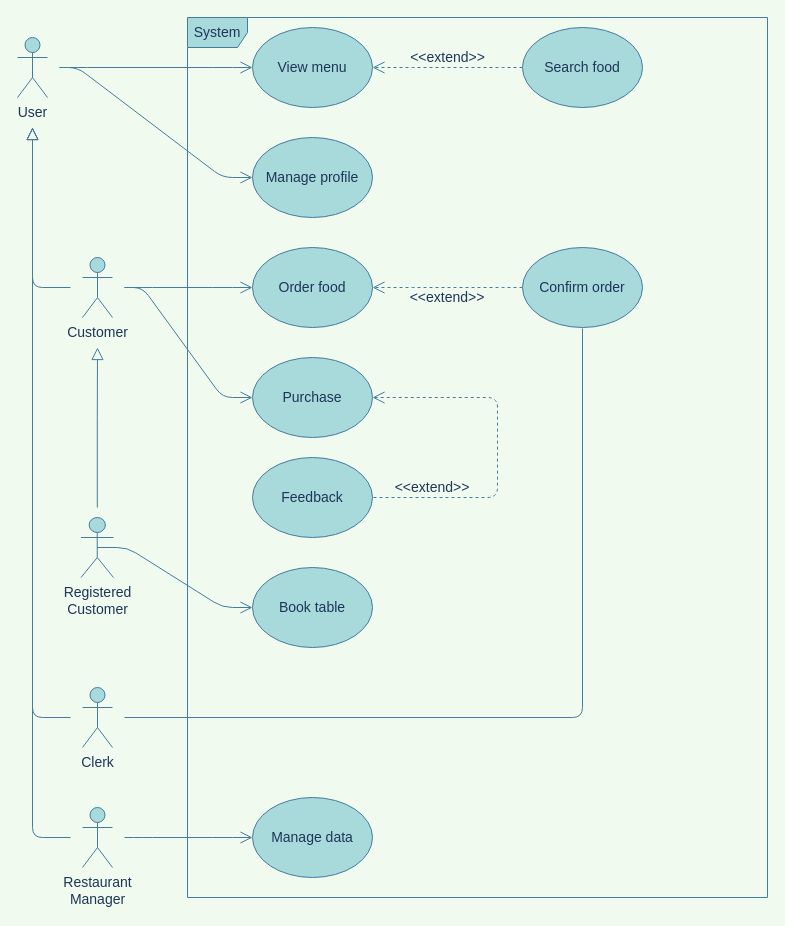
Earlier version of the draw.io diagram requirements/use cases/system.drawio (thanhtoan1742/OWCA_POS). Source tidied: cells renumbered, new cells numbered last; positions are measured from the earlier drawing's top-left corner, leaving out a move shared by most shapes. Both pictures are drawn from the tidied source at 100%, with x=0, y=0 at pixel (17, 17).
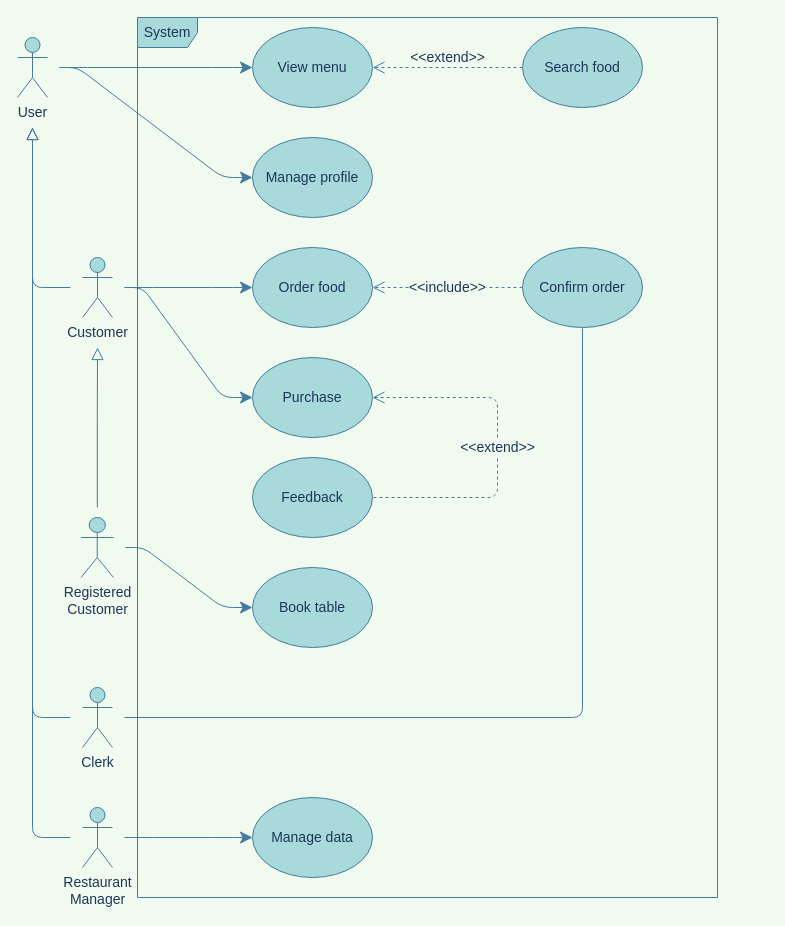
The same page after the edit.

The change refers to these unchanged cells:
```xml
<mxCell id="3" value="View menu" style="ellipse;whiteSpace=wrap;html=1;fontSize=14;fillColor=#A8DADC;strokeColor=#457B9D;fontColor=#1D3557;" parent="1" vertex="1">
  <mxGeometry x="235" y="10" width="120" height="80" as="geometry" />
</mxCell>
<mxCell id="8" value="User" style="shape=umlActor;verticalLabelPosition=bottom;verticalAlign=top;html=1;rounded=0;sketch=0;fontColor=#1D3557;strokeColor=#457B9D;fillColor=#A8DADC;fontSize=14;" parent="1" vertex="1">
  <mxGeometry y="20" width="30" height="60" as="geometry" />
</mxCell>
<mxCell id="9" value="Manage profile" style="ellipse;whiteSpace=wrap;html=1;fontSize=14;fillColor=#A8DADC;strokeColor=#457B9D;fontColor=#1D3557;" parent="1" vertex="1">
  <mxGeometry x="235" y="120" width="120" height="80" as="geometry" />
</mxCell>
<mxCell id="10" value="Order food" style="ellipse;whiteSpace=wrap;html=1;fontSize=14;fillColor=#A8DADC;strokeColor=#457B9D;fontColor=#1D3557;" parent="1" vertex="1">
  <mxGeometry x="235" y="230" width="120" height="80" as="geometry" />
</mxCell>
<mxCell id="11" value="Book table" style="ellipse;whiteSpace=wrap;html=1;fontSize=14;fillColor=#A8DADC;strokeColor=#457B9D;fontColor=#1D3557;" parent="1" vertex="1">
  <mxGeometry x="235" y="550" width="120" height="80" as="geometry" />
</mxCell>
<mxCell id="12" value="Purchase" style="ellipse;whiteSpace=wrap;html=1;fontSize=14;fillColor=#A8DADC;strokeColor=#457B9D;fontColor=#1D3557;" parent="1" vertex="1">
  <mxGeometry x="235" y="340" width="120" height="80" as="geometry" />
</mxCell>
<mxCell id="13" value="Feedback" style="ellipse;whiteSpace=wrap;html=1;fontSize=14;fillColor=#A8DADC;strokeColor=#457B9D;fontColor=#1D3557;" parent="1" vertex="1">
  <mxGeometry x="235" y="440" width="120" height="80" as="geometry" />
</mxCell>
<mxCell id="15" value="Confirm order" style="ellipse;whiteSpace=wrap;html=1;fontSize=14;fillColor=#A8DADC;strokeColor=#457B9D;fontColor=#1D3557;" parent="1" vertex="1">
  <mxGeometry x="505" y="230" width="120" height="80" as="geometry" />
</mxCell>
<mxCell id="16" value="Manage data" style="ellipse;whiteSpace=wrap;html=1;fontSize=14;fillColor=#A8DADC;strokeColor=#457B9D;fontColor=#1D3557;" parent="1" vertex="1">
  <mxGeometry x="235" y="780" width="120" height="80" as="geometry" />
</mxCell>
<mxCell id="23" value="Customer" style="shape=umlActor;verticalLabelPosition=bottom;verticalAlign=top;html=1;fillColor=#A8DADC;strokeColor=#457B9D;fontColor=#1D3557;fontSize=14;" parent="1" vertex="1">
  <mxGeometry x="65" y="240" width="30" height="60" as="geometry" />
</mxCell>
<mxCell id="26" value="Restaurant&lt;br&gt;Manager" style="shape=umlActor;verticalLabelPosition=bottom;verticalAlign=top;html=1;rounded=0;sketch=0;fontSize=14;fontColor=#1D3557;strokeColor=#457B9D;fillColor=#A8DADC;" parent="1" vertex="1">
  <mxGeometry x="65" y="790" width="30" height="60" as="geometry" />
</mxCell>
<mxCell id="32" value="Registered &lt;br&gt;Customer" style="shape=umlActor;verticalLabelPosition=bottom;verticalAlign=top;html=1;fillColor=#A8DADC;strokeColor=#457B9D;fontColor=#1D3557;fontSize=14;" parent="1" vertex="1">
  <mxGeometry x="63.5" y="500" width="32.5" height="60" as="geometry" />
</mxCell>
```

The edit, as a diff of the source:
```diff
@@
     <mxCell id="2" value="System" style="shape=umlFrame;whiteSpace=wrap;html=1;rounded=0;sketch=0;fontSize=14;fontColor=#1D3557;strokeColor=#457B9D;fillColor=#A8DADC;width=60;height=30;" parent="1" vertex="1">
-      <mxGeometry x="170" width="580" height="880" as="geometry" />
+      <mxGeometry x="120" width="580" height="880" as="geometry" />
     </mxCell>
@@
-    <mxCell id="6" style="edgeStyle=entityRelationEdgeStyle;rounded=1;sketch=0;jettySize=auto;html=1;fontSize=14;fontColor=#1D3557;strokeColor=#457B9D;fillColor=#A8DADC;endSize=10;sourcePerimeterSpacing=12;endArrow=open;endFill=0;labelBackgroundColor=#F1FAEE;" parent="1" edge="1" source="8" target="9">
+    <mxCell id="6" style="edgeStyle=entityRelationEdgeStyle;rounded=1;sketch=0;jettySize=auto;html=1;fontSize=14;fontColor=#1D3557;strokeColor=#457B9D;fillColor=#A8DADC;endSize=10;sourcePerimeterSpacing=12;endArrow=classic;endFill=1;labelBackgroundColor=#F1FAEE;" parent="1" edge="1" source="8" target="9">
       <mxGeometry relative="1" as="geometry" />
     </mxCell>
-    <mxCell id="7" style="edgeStyle=entityRelationEdgeStyle;rounded=1;sketch=0;jettySize=auto;html=1;fontSize=14;fontColor=#1D3557;strokeColor=#457B9D;fillColor=#A8DADC;endSize=10;sourcePerimeterSpacing=12;endArrow=open;endFill=0;labelBackgroundColor=#F1FAEE;" parent="1" edge="1" source="8" target="3">
+    <mxCell id="7" style="edgeStyle=entityRelationEdgeStyle;rounded=1;sketch=0;jettySize=auto;html=1;fontSize=14;fontColor=#1D3557;strokeColor=#457B9D;fillColor=#A8DADC;endSize=10;sourcePerimeterSpacing=12;endArrow=classic;endFill=1;labelBackgroundColor=#F1FAEE;" parent="1" edge="1" source="8" target="3">
       <mxGeometry relative="1" as="geometry" />
     </mxCell>
@@
-    <mxCell id="14" style="edgeStyle=entityRelationEdgeStyle;rounded=1;sketch=0;jettySize=auto;html=1;fontSize=14;fontColor=#1D3557;endArrow=open;endFill=0;endSize=10;sourcePerimeterSpacing=0;targetPerimeterSpacing=0;strokeColor=#457B9D;fillColor=#A8DADC;dashed=1;labelBackgroundColor=#F1FAEE;" parent="1" edge="1" source="15" target="10">
+    <mxCell id="14" value="&amp;lt;&amp;lt;include&amp;gt;&amp;gt;" style="edgeStyle=entityRelationEdgeStyle;rounded=1;sketch=0;jettySize=auto;html=1;fontSize=14;fontColor=#1D3557;endArrow=open;endFill=0;endSize=10;sourcePerimeterSpacing=0;targetPerimeterSpacing=0;strokeColor=#457B9D;fillColor=#A8DADC;dashed=1;labelBackgroundColor=#F1FAEE;" parent="1" edge="1" source="15" target="10">
       <mxGeometry relative="1" as="geometry" />
     </mxCell>
@@
-    <mxCell id="17" style="edgeStyle=entityRelationEdgeStyle;rounded=1;sketch=0;jettySize=auto;html=1;fontSize=14;fontColor=#1D3557;strokeColor=#457B9D;fillColor=#A8DADC;endSize=10;sourcePerimeterSpacing=12;strokeWidth=1;endArrow=open;endFill=0;labelBackgroundColor=#F1FAEE;" parent="1" edge="1" source="23" target="10">
+    <mxCell id="17" style="edgeStyle=entityRelationEdgeStyle;rounded=1;sketch=0;jettySize=auto;html=1;fontSize=14;fontColor=#1D3557;strokeColor=#457B9D;fillColor=#A8DADC;endSize=10;sourcePerimeterSpacing=12;strokeWidth=1;endArrow=classic;endFill=1;labelBackgroundColor=#F1FAEE;" parent="1" edge="1" source="23" target="10">
       <mxGeometry relative="1" as="geometry" />
     </mxCell>
-    <mxCell id="18" style="edgeStyle=entityRelationEdgeStyle;rounded=1;sketch=0;jettySize=auto;html=1;fontSize=14;fontColor=#1D3557;strokeColor=#457B9D;fillColor=#A8DADC;endSize=10;sourcePerimeterSpacing=12;endArrow=open;endFill=0;exitX=0.5;exitY=0.5;exitDx=0;exitDy=0;exitPerimeter=0;labelBackgroundColor=#F1FAEE;" parent="1" edge="1" source="32" target="11">
+    <mxCell id="18" style="edgeStyle=entityRelationEdgeStyle;rounded=1;sketch=0;jettySize=auto;html=1;fontSize=14;fontColor=#1D3557;strokeColor=#457B9D;fillColor=#A8DADC;endSize=10;sourcePerimeterSpacing=12;endArrow=classic;endFill=1;labelBackgroundColor=#F1FAEE;" parent="1" edge="1" source="32" target="11">
       <mxGeometry relative="1" as="geometry" />
     </mxCell>
-    <mxCell id="19" style="edgeStyle=entityRelationEdgeStyle;rounded=1;sketch=0;jettySize=auto;html=1;fontSize=14;fontColor=#1D3557;strokeColor=#457B9D;fillColor=#A8DADC;endSize=10;sourcePerimeterSpacing=12;endArrow=open;endFill=0;labelBackgroundColor=#F1FAEE;" parent="1" edge="1" source="23" target="12">
+    <mxCell id="19" style="edgeStyle=entityRelationEdgeStyle;rounded=1;sketch=0;jettySize=auto;html=1;fontSize=14;fontColor=#1D3557;strokeColor=#457B9D;fillColor=#A8DADC;endSize=10;sourcePerimeterSpacing=12;endArrow=classic;endFill=1;labelBackgroundColor=#F1FAEE;" parent="1" edge="1" source="23" target="12">
       <mxGeometry relative="1" as="geometry" />
     </mxCell>
-    <mxCell id="20" style="edgeStyle=elbowEdgeStyle;rounded=1;sketch=0;jettySize=auto;html=1;fontSize=14;fontColor=#1D3557;strokeColor=#457B9D;fillColor=#A8DADC;endSize=6;startArrow=open;startFill=0;endArrow=none;endFill=0;startSize=10;dashed=1;sourcePerimeterSpacing=0;labelBackgroundColor=#F1FAEE;" parent="1" edge="1" source="12" target="13">
+    <mxCell id="20" value="&amp;lt;&amp;lt;extend&amp;gt;&amp;gt;" style="edgeStyle=elbowEdgeStyle;rounded=1;sketch=0;jettySize=auto;html=1;fontSize=14;fontColor=#1D3557;strokeColor=#457B9D;fillColor=#A8DADC;endSize=6;startArrow=open;startFill=0;endArrow=none;endFill=0;startSize=10;dashed=1;sourcePerimeterSpacing=0;labelBackgroundColor=#F1FAEE;" parent="1" edge="1" source="12" target="13">
       <mxGeometry relative="1" as="geometry">
         <Array as="points">
           <mxPoint x="480" y="540" />
         </Array>
       </mxGeometry>
     </mxCell>
@@
-    <mxCell id="24" style="edgeStyle=entityRelationEdgeStyle;rounded=1;sketch=0;jettySize=auto;html=1;fontSize=14;fontColor=#1D3557;endSize=10;strokeColor=#457B9D;fillColor=#A8DADC;sourcePerimeterSpacing=12;endArrow=open;endFill=0;labelBackgroundColor=#F1FAEE;" parent="1" edge="1" source="26" target="16">
+    <mxCell id="24" style="edgeStyle=entityRelationEdgeStyle;rounded=1;sketch=0;jettySize=auto;html=1;fontSize=14;fontColor=#1D3557;endSize=10;strokeColor=#457B9D;fillColor=#A8DADC;sourcePerimeterSpacing=12;endArrow=classic;endFill=1;labelBackgroundColor=#F1FAEE;" parent="1" edge="1" source="26" target="16">
       <mxGeometry relative="1" as="geometry" />
     </mxCell>
@@
-    <mxCell id="30" value="&amp;lt;&amp;lt;extend&amp;gt;&amp;gt;" style="text;html=1;strokeColor=none;fillColor=none;align=center;verticalAlign=middle;whiteSpace=wrap;rounded=0;sketch=0;fontSize=14;fontColor=#1D3557;rotation=0;" parent="1" vertex="1">
-      <mxGeometry x="410" y="270" width="40" height="20" as="geometry" />
-    </mxCell>
-    <mxCell id="31" value="&amp;lt;&amp;lt;extend&amp;gt;&amp;gt;" style="text;html=1;strokeColor=none;fillColor=none;align=center;verticalAlign=middle;whiteSpace=wrap;rounded=0;sketch=0;fontSize=14;fontColor=#1D3557;rotation=0;horizontal=1;" parent="1" vertex="1">
-      <mxGeometry x="395" y="460" width="40" height="20" as="geometry" />
-    </mxCell>
```
